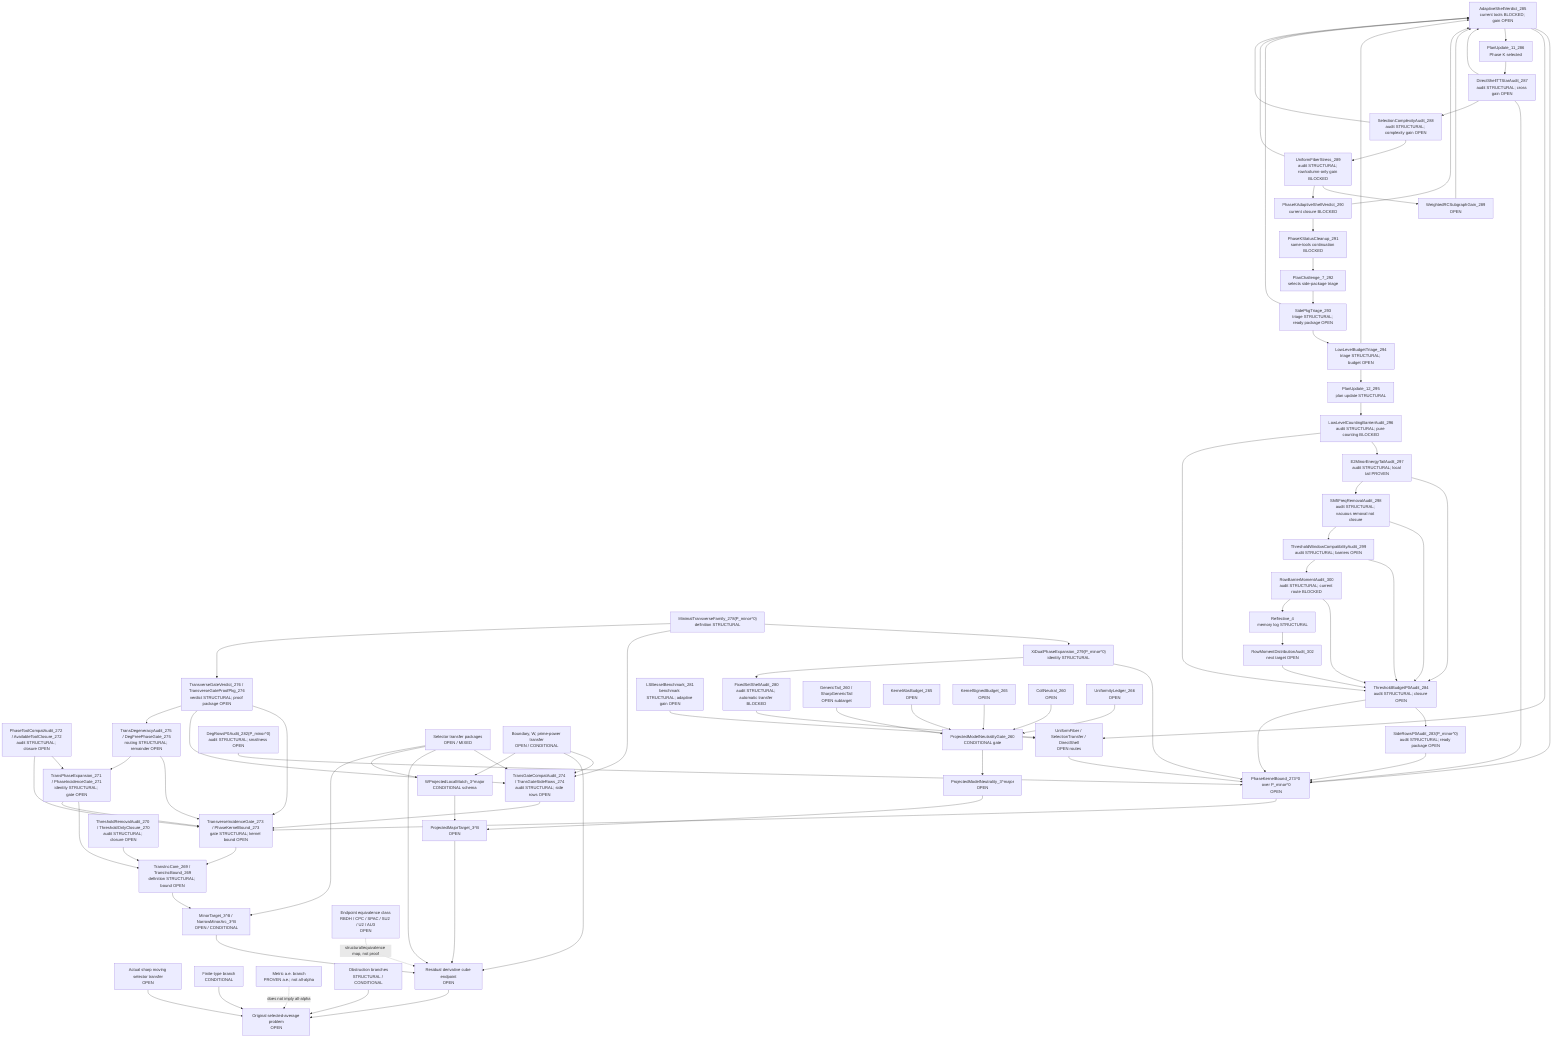
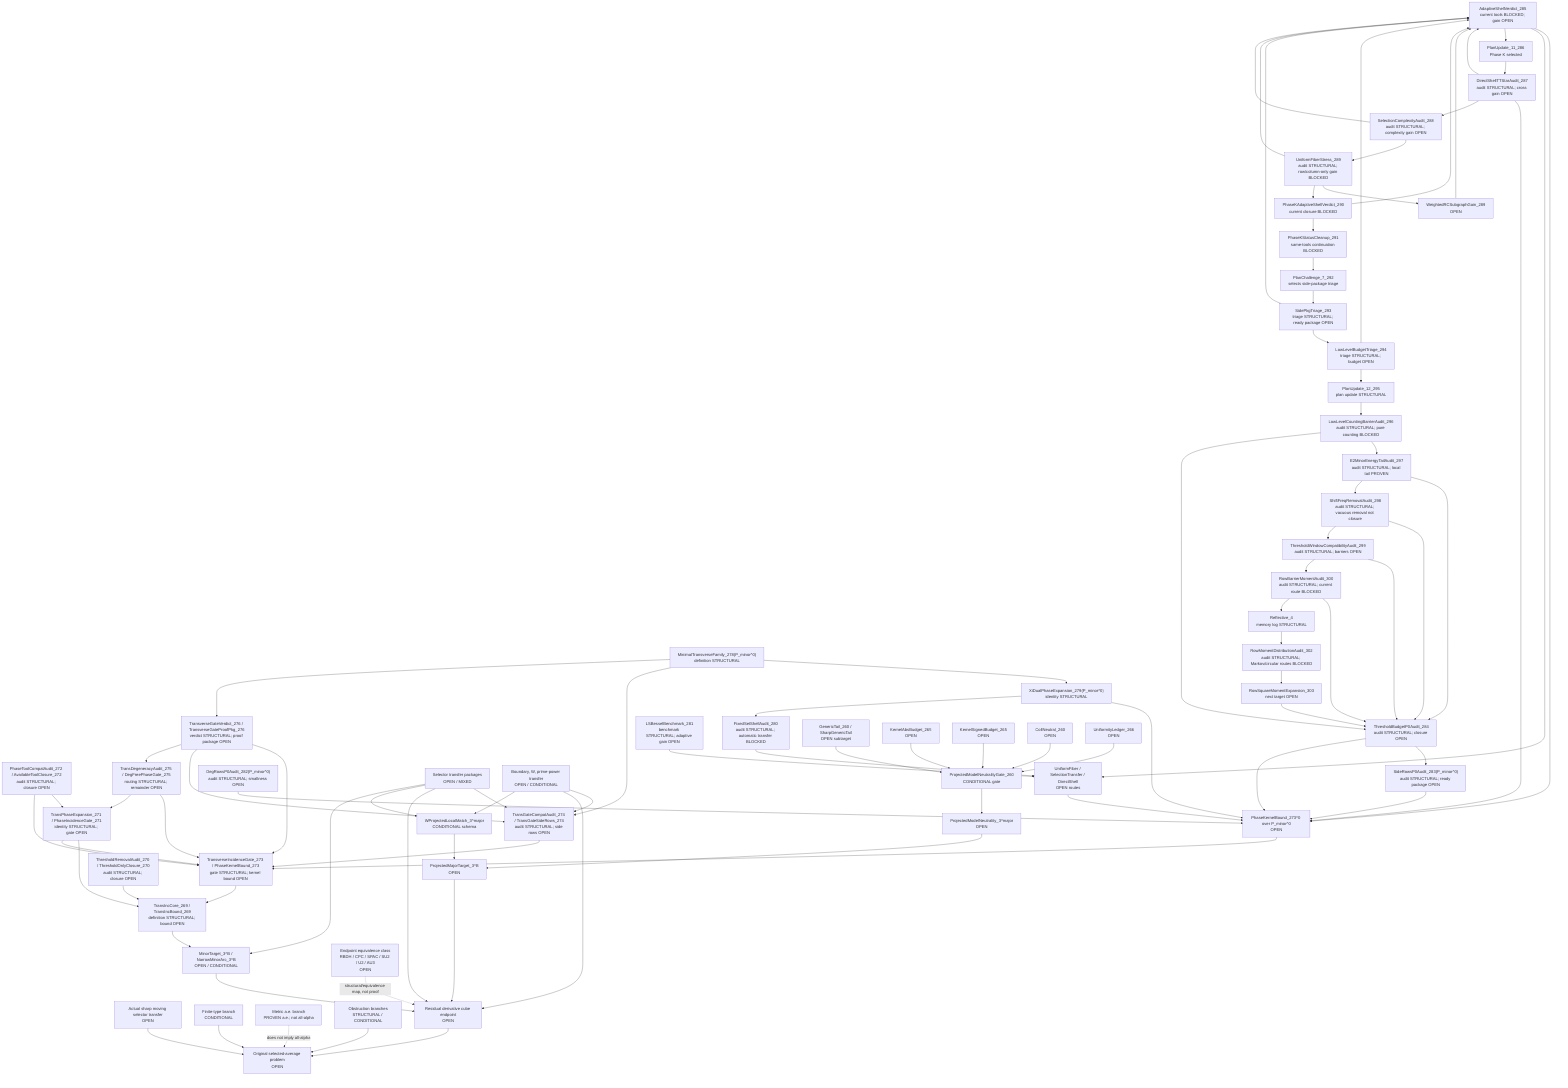
flowchart TD
  Original["Original selected-average problem<br/>OPEN"]
  SharpSel["Actual sharp moving selector transfer<br/>OPEN"]
  FiniteType["Finite-type branch<br/>CONDITIONAL"]
  Metric["Metric a.e. branch<br/>PROVEN a.e.; not all-alpha"]
  Obstruction["Obstruction branches<br/>STRUCTURAL / CONDITIONAL"]

  ResCube["Residual derivative cube endpoint<br/>OPEN"]
  MajorTarget["ProjectedMajorTarget_3^B<br/>OPEN"]
  MinorTarget["MinorTarget_3^B / NarrowMinorArc_3^B<br/>OPEN / CONDITIONAL"]
  TransInc["TransIncCore_269 / TransIncBound_269<br/>definition STRUCTURAL; bound OPEN"]
  ThresholdAudit["ThresholdRemovalAudit_270 / ThresholdOnlyClosure_270<br/>audit STRUCTURAL; closure OPEN"]
  PhaseExpansion["TransPhaseExpansion_271 / PhaseIncidenceGate_271<br/>identity STRUCTURAL; gate OPEN"]
  ToolCompat["PhaseToolCompatAudit_272 / AvailableToolClosure_272<br/>audit STRUCTURAL; closure OPEN"]
  TransGate["TransverseIncidenceGate_273 / PhaseKernelBound_273<br/>gate STRUCTURAL; kernel bound OPEN"]
  TransGateCompat["TransGateCompatAudit_274 / TransGateSideRows_274<br/>audit STRUCTURAL; side rows OPEN"]
  DegAudit["TransDegeneracyAudit_275 / DegFreePhaseGate_275<br/>routing STRUCTURAL; remainder OPEN"]
  TransVerdict["TransverseGateVerdict_276 / TransverseGateProofPkg_276<br/>verdict STRUCTURAL; proof package OPEN"]
  MinTransFamily["MinimalTransverseFamily_278(P_minor^0)<br/>definition STRUCTURAL"]
  XiExpansion["XiDualPhaseExpansion_279(P_minor^0)<br/>identity STRUCTURAL"]
  FixedShellAudit["FixedSetShellAudit_280<br/>audit STRUCTURAL; automatic transfer BLOCKED"]
  FixedShellTransfer["UniformFiber / SelectionTransfer / DirectShell<br/>OPEN routes"]
  LSBesselBench["LSBesselBenchmark_281<br/>benchmark STRUCTURAL; adaptive gain OPEN"]
  DegRowsP0["DegRowsP0Audit_282(P_minor^0)<br/>audit STRUCTURAL; smallness OPEN"]
  SideRowsP0["SideRowsP0Audit_283(P_minor^0)<br/>audit STRUCTURAL; ready package OPEN"]
  ThresholdP0["ThresholdBudgetP0Audit_284<br/>audit STRUCTURAL; closure OPEN"]
  AdaptiveShellP0["AdaptiveShellVerdict_285<br/>current tools BLOCKED; gain OPEN"]
  PlanUpdate11["PlanUpdate_11_286<br/>Phase K selected"]
  DirectTTStar["DirectShellTTStarAudit_287<br/>audit STRUCTURAL; cross gain OPEN"]
  SelectionComplexity["SelectionComplexityAudit_288<br/>audit STRUCTURAL; complexity gain OPEN"]
  UniformFiberStress["UniformFiberStress_289<br/>audit STRUCTURAL; row/column-only gain BLOCKED"]
  WeightedRCSubgraph["WeightedRCSubgraphGain_289<br/>OPEN"]
  AdaptiveVerdict290["PhaseKAdaptiveShellVerdict_290<br/>current closure BLOCKED"]
  PhaseKCleanup291["PhaseKStatusCleanup_291<br/>same-tools continuation BLOCKED"]
  PlanChallenge7["PlanChallenge_7_292<br/>selects side-package triage"]
  SidePkgTriage293["SidePkgTriage_293<br/>triage STRUCTURAL; ready package OPEN"]
  LowLevelTriage294["LowLevelBudgetTriage_294<br/>triage STRUCTURAL; budget OPEN"]
  PlanUpdate12["PlanUpdate_12_295<br/>plan update STRUCTURAL"]
  LowLevelBarrier296["LowLevelCountingBarrierAudit_296<br/>audit STRUCTURAL; pure counting BLOCKED"]
  E2Tail297["E2MinorEnergyTailAudit_297<br/>audit STRUCTURAL; local tail PROVEN"]
  ShiftFreq298["ShiftFreqRemovalAudit_298<br/>audit STRUCTURAL; vacuous removal not closure"]
  ThresholdWindow299["ThresholdWindowCompatibilityAudit_299<br/>audit STRUCTURAL; barriers OPEN"]
  RowBarrier300["RowBarrierMomentAudit_300<br/>audit STRUCTURAL; current route BLOCKED"]
  Reflective4["Reflective_4<br/>memory log STRUCTURAL"]
-   RowMoment302["RowMomentDistributionAudit_302<br/>next target OPEN"]
+   RowMoment302["RowMomentDistributionAudit_302<br/>audit STRUCTURAL; Markov/circular routes BLOCKED"]
+   RowSquare303["RowSquareMomentExpansion_303<br/>next target OPEN"]
  PhaseKernel0["PhaseKernelBound_273^0 over P_minor^0<br/>OPEN"]
  SelectorTransfer["Selector transfer packages<br/>OPEN / MIXED"]
  BoundaryTransfer["Boundary, W, prime-power transfer<br/>OPEN / CONDITIONAL"]

  WLocal["WProjectedLocalMatch_3^major<br/>CONDITIONAL schema"]
  ModelNeutral["ProjectedModelNeutrality_3^major<br/>OPEN"]
  PMNGate["ProjectedModelNeutralityGate_260<br/>CONDITIONAL gate"]
  GenericTail["GenericTail_260 / SharpGenericTail<br/>OPEN subtarget"]
  KernelAbs["KernelAbsBudget_265<br/>OPEN"]
  KernelSigned["KernelSignedBudget_265<br/>OPEN"]
  CollNeutral["CollNeutral_260<br/>OPEN"]
  Uniformity["UniformityLedger_266<br/>OPEN"]

  EndpointClass["Endpoint equivalence class<br/>RBDH / CPC / SPAC / SU2 / U2 / AU3<br/>OPEN"]

  SharpSel --> Original
  FiniteType --> Original
  Obstruction --> Original
  ResCube --> Original
  Metric -. "does not imply all-alpha" .-> Original

  MajorTarget --> ResCube
  MinorTarget --> ResCube
  TransInc --> MinorTarget
  ThresholdAudit --> TransInc
  PhaseExpansion --> TransInc
  ToolCompat --> PhaseExpansion
  TransGate --> TransInc
  PhaseExpansion --> TransGate
  ToolCompat --> TransGate
  TransGateCompat --> TransGate
  SelectorTransfer --> TransGateCompat
  BoundaryTransfer --> TransGateCompat
  DegAudit --> TransGate
  DegAudit --> PhaseExpansion
  TransVerdict --> TransGate
  TransVerdict --> TransGateCompat
  TransVerdict --> DegAudit
  PhaseKernel0 --> TransGate
  MinTransFamily --> XiExpansion
  XiExpansion --> PhaseKernel0
  XiExpansion --> FixedShellAudit
  FixedShellAudit --> FixedShellTransfer
  FixedShellTransfer --> PhaseKernel0
  LSBesselBench --> FixedShellTransfer
  DegRowsP0 --> PhaseKernel0
  SideRowsP0 --> PhaseKernel0
  ThresholdP0 --> SideRowsP0
  ThresholdP0 --> PhaseKernel0
  AdaptiveShellP0 --> PhaseKernel0
  AdaptiveShellP0 --> FixedShellTransfer
  AdaptiveShellP0 --> PlanUpdate11
  PlanUpdate11 --> DirectTTStar
  DirectTTStar --> AdaptiveShellP0
  DirectTTStar --> PhaseKernel0
  DirectTTStar --> SelectionComplexity
  SelectionComplexity --> UniformFiberStress
  SelectionComplexity --> AdaptiveShellP0
  UniformFiberStress --> WeightedRCSubgraph
  WeightedRCSubgraph --> AdaptiveShellP0
  UniformFiberStress --> AdaptiveVerdict290
  UniformFiberStress --> AdaptiveShellP0
  AdaptiveVerdict290 --> AdaptiveShellP0
  AdaptiveVerdict290 --> PhaseKCleanup291
  PhaseKCleanup291 --> PlanChallenge7
  PlanChallenge7 --> SidePkgTriage293
  SidePkgTriage293 --> LowLevelTriage294
  SidePkgTriage293 --> AdaptiveShellP0
  LowLevelTriage294 --> AdaptiveShellP0
  LowLevelTriage294 --> PlanUpdate12
  PlanUpdate12 --> LowLevelBarrier296
  LowLevelBarrier296 --> E2Tail297
  LowLevelBarrier296 --> ThresholdP0
  E2Tail297 --> ThresholdP0
  E2Tail297 --> ShiftFreq298
  ShiftFreq298 --> ThresholdP0
  ShiftFreq298 --> ThresholdWindow299
  ThresholdWindow299 --> ThresholdP0
  ThresholdWindow299 --> RowBarrier300
  RowBarrier300 --> ThresholdP0
  RowBarrier300 --> Reflective4
  Reflective4 --> RowMoment302
-   RowMoment302 --> ThresholdP0
+   RowMoment302 --> RowSquare303
+   RowSquare303 --> ThresholdP0
  MinTransFamily --> TransGateCompat
  MinTransFamily --> TransVerdict
  SelectorTransfer --> ResCube
  BoundaryTransfer --> ResCube
  EndpointClass -. "structural/equivalence map, not proof" .-> ResCube

  WLocal --> MajorTarget
  ModelNeutral --> MajorTarget

  PMNGate --> ModelNeutral
  GenericTail --> PMNGate
  KernelAbs --> PMNGate
  KernelSigned --> PMNGate
  CollNeutral --> PMNGate
  Uniformity --> PMNGate

  BoundaryTransfer --> WLocal
  SelectorTransfer --> WLocal
  SelectorTransfer --> MinorTarget
